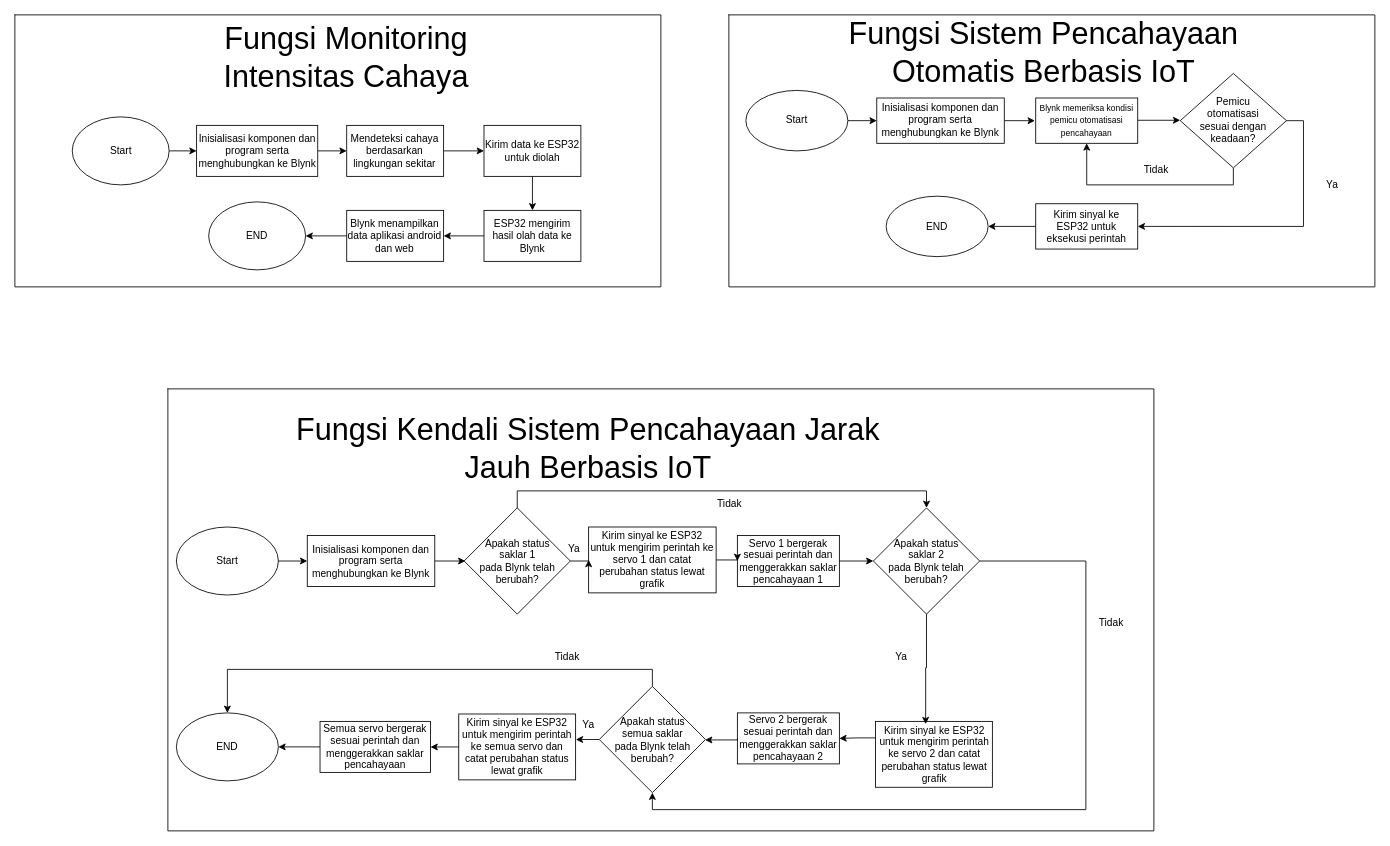
Before: Diagram Tanpa Judul.drawio in RafiFebrianA/IOT, a draw.io diagram. Source tidied: cells renumbered, new cells numbered last; positions are measured from the earlier drawing's top-left corner, leaving out a move shared by most shapes. Both pictures are drawn from the tidied source at 85%, with x=0, y=0 at pixel (14, 14).
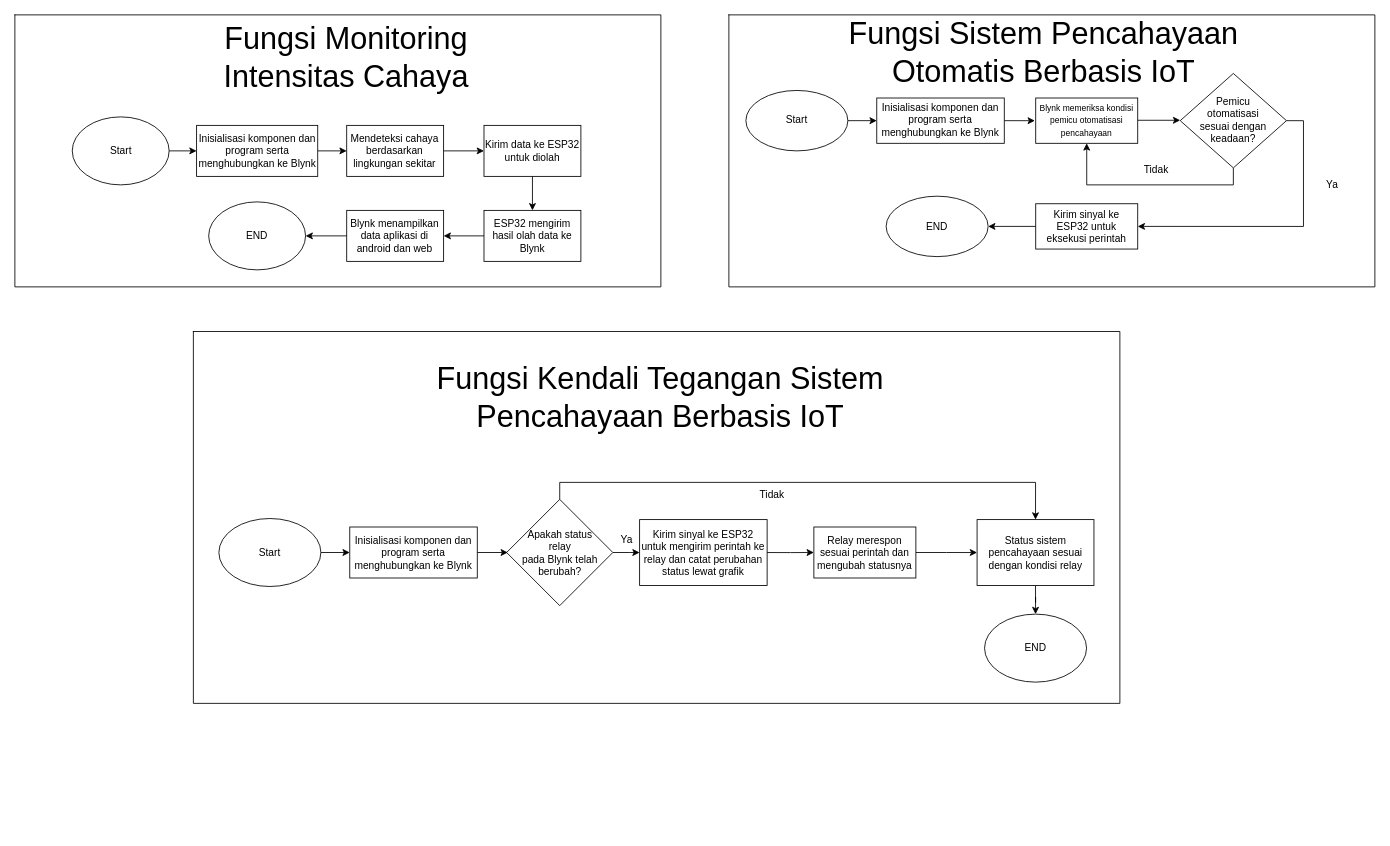
The same page after the edit.

Unchanged cells that the change refers to:
```xml
<mxCell id="2" style="group;" parent="1" vertex="1">
  <mxGeometry width="760" height="320" as="geometry" />
</mxCell>
```

What changed in the source:
```diff
@@
-    <mxCell id="15" value="Blynk menampilkan data aplikasi android dan web" style="rounded=0;whiteSpace=wrap;html=1;" parent="2" vertex="1">
+    <mxCell id="15" value="Blynk menampilkan data aplikasi di android dan web" style="rounded=0;whiteSpace=wrap;html=1;" parent="2" vertex="1">
       <mxGeometry x="390.4" y="230" width="114" height="60" as="geometry" />
     </mxCell>
@@
-    <mxCell id="39" style="group;" parent="1" vertex="1">
-      <mxGeometry x="180" y="440" width="1160" height="520" as="geometry" />
-    </mxCell>
-    <mxCell id="40" style="shape=table;startSize=0;childLayout=tableLayout;" parent="39" vertex="1">
-      <mxGeometry width="1160" height="520" as="geometry" />
+    <mxCell id="40" style="shape=table;startSize=0;childLayout=tableLayout;" parent="1" vertex="1">
+      <mxGeometry x="210" y="372.5" width="1090" height="437.5" as="geometry" />
     </mxCell>
     <mxCell id="41" style="shape=tableRow;horizontal=0;startSize=0;swimlaneHead=0;swimlaneBody=0;strokeColor=inherit;top=0;left=0;bottom=0;right=0;fillColor=none;" parent="40" vertex="1">
-      <mxGeometry width="1160" height="520" as="geometry" />
+      <mxGeometry width="1090" height="438" as="geometry" />
     </mxCell>
     <mxCell id="42" style="shape=partialRectangle;html=1;whiteSpace=wrap;strokeColor=inherit;overflow=hidden;fillColor=none;top=0;left=0;bottom=0;right=0;" parent="41" vertex="1">
-      <mxGeometry width="1160" height="520" as="geometry" />
+      <mxGeometry width="1090" height="438" as="geometry" />
     </mxCell>
-    <mxCell id="43" value="Start" style="ellipse;whiteSpace=wrap;html=1;" parent="39" vertex="1">
-      <mxGeometry x="10" y="162.5" width="120" height="80" as="geometry" />
+    <mxCell id="43" value="Start" style="ellipse;whiteSpace=wrap;html=1;" parent="1" vertex="1">
+      <mxGeometry x="240" y="592.5" width="120" height="80" as="geometry" />
     </mxCell>
-    <mxCell id="44" style="edgeStyle=orthogonalEdgeStyle;rounded=0;jettySize=auto;html=1;exitX=1;exitY=0.5;exitDx=0;exitDy=0;entryX=0;entryY=0.5;entryDx=0;entryDy=0;" parent="39" edge="1" source="45">
+    <mxCell id="44" style="edgeStyle=orthogonalEdgeStyle;rounded=0;jettySize=auto;html=1;exitX=1;exitY=0.5;exitDx=0;exitDy=0;entryX=0;entryY=0.5;entryDx=0;entryDy=0;" parent="1" edge="1" source="45">
       <mxGeometry relative="1" as="geometry">
-        <mxPoint x="350" y="202.5" as="targetPoint" />
+        <mxPoint x="580" y="632.5" as="targetPoint" />
       </mxGeometry>
     </mxCell>
-    <mxCell id="45" value="Inisialisasi komponen dan program serta menghubungkan ke Blynk" style="rounded=0;whiteSpace=wrap;html=1;" parent="39" vertex="1">
-      <mxGeometry x="164" y="172.5" width="150" height="60" as="geometry" />
+    <mxCell id="45" value="Inisialisasi komponen dan program serta menghubungkan ke Blynk" style="rounded=0;whiteSpace=wrap;html=1;" parent="1" vertex="1">
+      <mxGeometry x="394" y="602.5" width="150" height="60" as="geometry" />
     </mxCell>
-    <mxCell id="46" style="edgeStyle=orthogonalEdgeStyle;rounded=0;jettySize=auto;html=1;exitX=1;exitY=0.5;exitDx=0;exitDy=0;entryX=0;entryY=0.5;entryDx=0;entryDy=0;" parent="39" edge="1" source="43" target="45">
+    <mxCell id="46" style="edgeStyle=orthogonalEdgeStyle;rounded=0;jettySize=auto;html=1;exitX=1;exitY=0.5;exitDx=0;exitDy=0;entryX=0;entryY=0.5;entryDx=0;entryDy=0;" parent="1" edge="1" source="43" target="45">
       <mxGeometry relative="1" as="geometry" />
     </mxCell>
+    <mxCell id="49" style="edgeStyle=orthogonalEdgeStyle;rounded=0;jettySize=auto;html=1;" parent="1" edge="1" source="47" target="48">
+      <mxGeometry relative="1" as="geometry" />
+    </mxCell>
-    <mxCell id="47" value="Apakah status&lt;br&gt;saklar 1&lt;br&gt;pada Blynk telah&lt;br&gt;berubah?" style="rhombus;whiteSpace=wrap;html=1;" parent="39" vertex="1">
-      <mxGeometry x="348.5" y="140" width="125" height="125" as="geometry" />
+    <mxCell id="47" value="Apakah status&lt;br&gt;relay&lt;br&gt;pada Blynk telah&lt;br&gt;berubah?" style="rhombus;whiteSpace=wrap;html=1;" parent="1" vertex="1">
+      <mxGeometry x="578.5" y="570" width="125" height="125" as="geometry" />
     </mxCell>
-    <mxCell id="48" value="Kirim sinyal ke ESP32 untuk mengirim perintah ke servo 1 dan catat perubahan status lewat grafik" style="rounded=0;whiteSpace=wrap;html=1;" parent="39" vertex="1">
-      <mxGeometry x="495" y="162.5" width="150" height="77.5" as="geometry" />
+    <mxCell id="48" value="Kirim sinyal ke ESP32 untuk mengirim perintah ke relay dan catat perubahan status lewat grafik" style="rounded=0;whiteSpace=wrap;html=1;" parent="1" vertex="1">
+      <mxGeometry x="735" y="593.8" width="150" height="77.5" as="geometry" />
     </mxCell>
-    <mxCell id="49" style="edgeStyle=orthogonalEdgeStyle;rounded=0;jettySize=auto;html=1;exitX=1;exitY=0.5;exitDx=0;exitDy=0;entryX=0;entryY=0.5;entryDx=0;entryDy=0;" parent="39" edge="1" source="47" target="48">
-      <mxGeometry relative="1" as="geometry" />
-    </mxCell>
-    <mxCell id="50" value="END" style="ellipse;whiteSpace=wrap;html=1;" parent="39" vertex="1">
-      <mxGeometry x="10" y="381.2" width="120" height="80" as="geometry" />
+    <mxCell id="50" value="END" style="ellipse;whiteSpace=wrap;html=1;" parent="1" vertex="1">
+      <mxGeometry x="1140.8" y="705" width="120" height="80" as="geometry" />
     </mxCell>
-    <mxCell id="51" value="&lt;font style=&quot;font-size: 36px;&quot;&gt;Fungsi Kendali Sistem Pencahayaan Jarak Jauh Berbasis IoT&lt;/font&gt;" style="text;html=1;strokeColor=none;fillColor=none;align=center;verticalAlign=middle;whiteSpace=wrap;rounded=0;" parent="39" vertex="1">
-      <mxGeometry x="129" y="20" width="731" height="100" as="geometry" />
+    <mxCell id="51" value="&lt;font style=&quot;font-size: 36px;&quot;&gt;Fungsi Kendali Tegangan Sistem Pencahayaan Berbasis IoT&lt;/font&gt;" style="text;html=1;strokeColor=none;fillColor=none;align=center;verticalAlign=middle;whiteSpace=wrap;rounded=0;" parent="1" vertex="1">
+      <mxGeometry x="394" y="400" width="731" height="100" as="geometry" />
     </mxCell>
+    <mxCell id="76" style="edgeStyle=orthogonalEdgeStyle;rounded=0;jettySize=auto;html=1;entryX=0;entryY=0.5;entryDx=0;entryDy=0;" parent="1" edge="1" source="52" target="57">
+      <mxGeometry relative="1" as="geometry" />
+    </mxCell>
-    <mxCell id="52" value="Servo 1 bergerak sesuai perintah dan menggerakkan saklar pencahayaan 1" style="rounded=0;whiteSpace=wrap;html=1;" parent="39" vertex="1">
-      <mxGeometry x="670" y="172.5" width="120" height="60" as="geometry" />
+    <mxCell id="52" value="Relay merespon sesuai perintah dan mengubah statusnya" style="rounded=0;whiteSpace=wrap;html=1;" parent="1" vertex="1">
+      <mxGeometry x="940" y="602.5" width="120" height="60" as="geometry" />
     </mxCell>
-    <mxCell id="53" style="edgeStyle=orthogonalEdgeStyle;rounded=0;jettySize=auto;html=1;exitX=1;exitY=0.5;exitDx=0;exitDy=0;entryX=0;entryY=0.5;entryDx=0;entryDy=0;" parent="39" edge="1" source="48" target="52">
+    <mxCell id="53" style="edgeStyle=orthogonalEdgeStyle;rounded=0;jettySize=auto;html=1;exitX=1;exitY=0.5;exitDx=0;exitDy=0;entryX=0;entryY=0.5;entryDx=0;entryDy=0;" parent="1" edge="1" source="48" target="52">
       <mxGeometry relative="1" as="geometry" />
     </mxCell>
-    <mxCell id="54" value="Apakah status&lt;br&gt;saklar 2&lt;br&gt;pada Blynk telah&lt;br&gt;berubah?" style="rhombus;whiteSpace=wrap;html=1;" parent="39" vertex="1">
-      <mxGeometry x="830" y="140" width="125" height="125" as="geometry" />
-    </mxCell>
-    <mxCell id="55" style="edgeStyle=orthogonalEdgeStyle;rounded=0;jettySize=auto;html=1;exitX=0.5;exitY=0;exitDx=0;exitDy=0;entryX=0.5;entryY=0;entryDx=0;entryDy=0;" parent="39" edge="1" source="47" target="54">
-      <mxGeometry relative="1" as="geometry" />
+    <mxCell id="55" style="edgeStyle=orthogonalEdgeStyle;rounded=0;jettySize=auto;html=1;exitX=0.5;exitY=0;exitDx=0;exitDy=0;entryX=0.5;entryY=0;entryDx=0;entryDy=0;" parent="1" edge="1" source="47" target="57">
+      <mxGeometry relative="1" as="geometry">
+        <Array as="points">
+          <mxPoint x="641" y="550" />
+          <mxPoint x="1201" y="550" />
+        </Array>
+      </mxGeometry>
     </mxCell>
-    <mxCell id="56" style="edgeStyle=orthogonalEdgeStyle;rounded=0;jettySize=auto;html=1;exitX=1;exitY=0.5;exitDx=0;exitDy=0;entryX=0;entryY=0.5;entryDx=0;entryDy=0;" parent="39" edge="1" source="52" target="54">
-      <mxGeometry relative="1" as="geometry" />
-    </mxCell>
+    <mxCell id="77" style="edgeStyle=orthogonalEdgeStyle;rounded=0;jettySize=auto;html=1;exitX=0.5;exitY=1;exitDx=0;exitDy=0;" parent="1" edge="1" source="57" target="50">
+      <mxGeometry relative="1" as="geometry" />
+    </mxCell>
-    <mxCell id="57" value="Kirim sinyal ke ESP32 untuk mengirim perintah ke servo 2 dan catat perubahan status lewat grafik" style="rounded=0;whiteSpace=wrap;html=1;" parent="39" vertex="1">
-      <mxGeometry x="832.5" y="391.2" width="137.5" height="77.5" as="geometry" />
+    <mxCell id="57" value="Status sistem pencahayaan sesuai dengan kondisi relay" style="rounded=0;whiteSpace=wrap;html=1;" parent="1" vertex="1">
+      <mxGeometry x="1132" y="593.8" width="137.5" height="77.5" as="geometry" />
     </mxCell>
-    <mxCell id="58" value="Servo 2 bergerak sesuai perintah dan menggerakkan saklar pencahayaan 2" style="rounded=0;whiteSpace=wrap;html=1;" parent="39" vertex="1">
-      <mxGeometry x="670" y="381.2" width="120" height="60" as="geometry" />
-    </mxCell>
-    <mxCell id="59" style="edgeStyle=orthogonalEdgeStyle;rounded=0;jettySize=auto;html=1;exitX=0;exitY=0.25;exitDx=0;exitDy=0;entryX=1;entryY=0.5;entryDx=0;entryDy=0;" parent="39" edge="1" source="57" target="58">
-      <mxGeometry relative="1" as="geometry" />
-    </mxCell>
-    <mxCell id="60" style="edgeStyle=orthogonalEdgeStyle;rounded=0;jettySize=auto;html=1;exitX=0;exitY=0.5;exitDx=0;exitDy=0;" parent="39" edge="1" source="62">
-      <mxGeometry relative="1" as="geometry">
-        <mxPoint x="480" y="412.4" as="targetPoint" />
-      </mxGeometry>
-    </mxCell>
-    <mxCell id="61" style="edgeStyle=orthogonalEdgeStyle;rounded=0;jettySize=auto;html=1;exitX=0.5;exitY=0;exitDx=0;exitDy=0;entryX=0.5;entryY=0;entryDx=0;entryDy=0;" parent="39" edge="1" source="62" target="50">
-      <mxGeometry relative="1" as="geometry" />
-    </mxCell>
-    <mxCell id="62" value="Apakah status&lt;br&gt;semua saklar&lt;br&gt;pada Blynk telah&lt;br&gt;berubah?" style="rhombus;whiteSpace=wrap;html=1;" parent="39" vertex="1">
-      <mxGeometry x="507.5" y="350" width="125" height="125" as="geometry" />
-    </mxCell>
-    <mxCell id="63" style="edgeStyle=orthogonalEdgeStyle;rounded=0;jettySize=auto;html=1;exitX=1;exitY=0.5;exitDx=0;exitDy=0;entryX=0.5;entryY=1;entryDx=0;entryDy=0;" parent="39" edge="1" source="54" target="62">
-      <mxGeometry relative="1" as="geometry">
-        <Array as="points">
-          <mxPoint x="1080" y="203" />
-          <mxPoint x="1080" y="495" />
-          <mxPoint x="570" y="495" />
-        </Array>
-      </mxGeometry>
-    </mxCell>
-    <mxCell id="64" value="Kirim sinyal ke ESP32 untuk mengirim perintah ke semua servo dan catat perubahan status lewat grafik" style="rounded=0;whiteSpace=wrap;html=1;" parent="39" vertex="1">
-      <mxGeometry x="342.2" y="382.5" width="137.5" height="77.5" as="geometry" />
-    </mxCell>
-    <mxCell id="65" style="edgeStyle=orthogonalEdgeStyle;rounded=0;jettySize=auto;html=1;exitX=0;exitY=0.5;exitDx=0;exitDy=0;" parent="39" edge="1" source="58" target="62">
-      <mxGeometry relative="1" as="geometry">
-        <Array as="points">
-          <mxPoint x="670" y="413" />
-        </Array>
-      </mxGeometry>
-    </mxCell>
-    <mxCell id="66" style="edgeStyle=orthogonalEdgeStyle;rounded=0;jettySize=auto;html=1;exitX=0;exitY=0.5;exitDx=0;exitDy=0;entryX=1;entryY=0.5;entryDx=0;entryDy=0;" parent="39" edge="1" source="67" target="50">
-      <mxGeometry relative="1" as="geometry" />
-    </mxCell>
-    <mxCell id="67" value="Semua servo bergerak sesuai perintah dan menggerakkan saklar pencahayaan" style="rounded=0;whiteSpace=wrap;html=1;" parent="39" vertex="1">
-      <mxGeometry x="179" y="391.2" width="130" height="60" as="geometry" />
-    </mxCell>
-    <mxCell id="68" style="edgeStyle=orthogonalEdgeStyle;rounded=0;jettySize=auto;html=1;exitX=0;exitY=0.5;exitDx=0;exitDy=0;entryX=1;entryY=0.5;entryDx=0;entryDy=0;" parent="39" edge="1" source="64" target="67">
-      <mxGeometry relative="1" as="geometry" />
-    </mxCell>
-    <mxCell id="69" style="edgeStyle=orthogonalEdgeStyle;rounded=0;jettySize=auto;html=1;exitX=0.5;exitY=1;exitDx=0;exitDy=0;entryX=0.429;entryY=0.042;entryDx=0;entryDy=0;entryPerimeter=0;" parent="39" edge="1" source="54" target="57">
-      <mxGeometry relative="1" as="geometry" />
-    </mxCell>
-    <mxCell id="70" value="Ya" style="text;html=1;strokeColor=none;fillColor=none;align=center;verticalAlign=middle;whiteSpace=wrap;rounded=0;" parent="39" vertex="1">
-      <mxGeometry x="447.5" y="172.5" width="60" height="30" as="geometry" />
+    <mxCell id="70" value="Ya" style="text;html=1;strokeColor=none;fillColor=none;align=center;verticalAlign=middle;whiteSpace=wrap;rounded=0;" parent="1" vertex="1">
+      <mxGeometry x="690" y="602.5" width="60" height="30" as="geometry" />
     </mxCell>
-    <mxCell id="71" value="Tidak" style="text;html=1;strokeColor=none;fillColor=none;align=center;verticalAlign=middle;whiteSpace=wrap;rounded=0;" parent="39" vertex="1">
-      <mxGeometry x="631" y="120" width="60" height="30" as="geometry" />
+    <mxCell id="71" value="Tidak" style="text;html=1;strokeColor=none;fillColor=none;align=center;verticalAlign=middle;whiteSpace=wrap;rounded=0;" parent="1" vertex="1">
+      <mxGeometry x="861" y="550" width="60" height="30" as="geometry" />
     </mxCell>
-    <mxCell id="72" value="Tidak" style="text;html=1;strokeColor=none;fillColor=none;align=center;verticalAlign=middle;whiteSpace=wrap;rounded=0;" parent="39" vertex="1">
-      <mxGeometry x="1080" y="260" width="60" height="30" as="geometry" />
-    </mxCell>
-    <mxCell id="73" value="Tidak" style="text;html=1;strokeColor=none;fillColor=none;align=center;verticalAlign=middle;whiteSpace=wrap;rounded=0;" parent="39" vertex="1">
-      <mxGeometry x="440" y="300" width="60" height="30" as="geometry" />
-    </mxCell>
-    <mxCell id="74" value="Ya" style="text;html=1;strokeColor=none;fillColor=none;align=center;verticalAlign=middle;whiteSpace=wrap;rounded=0;" parent="39" vertex="1">
-      <mxGeometry x="832.5" y="300" width="60" height="30" as="geometry" />
-    </mxCell>
-    <mxCell id="75" value="Ya" style="text;html=1;strokeColor=none;fillColor=none;align=center;verticalAlign=middle;whiteSpace=wrap;rounded=0;" parent="39" vertex="1">
-      <mxGeometry x="465" y="381.2" width="60" height="30" as="geometry" />
-    </mxCell>
```
